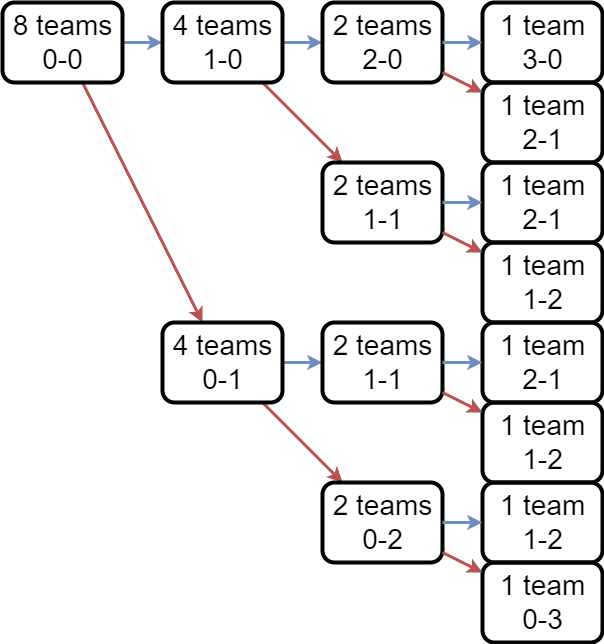
Above: thesis-tex/images/Multibrackets/Swiss Signatures/s3_flow.png in leofried/thesis (draw.io), before the change. Source tidied: cells renumbered, new cells last; positions are measured from the earlier drawing's top-left corner, leaving out a move shared by most shapes. Source of this version:
```xml
<mxGraphModel>
  <root>
    <mxCell id="0" />
    <mxCell id="1" parent="0" />
    <mxCell id="2" style="rounded=0;jettySize=auto;html=1;fillColor=#f8cecc;strokeColor=#b85450;strokeWidth=3;" parent="1" edge="1" source="16" target="11">
      <mxGeometry relative="1" as="geometry" />
    </mxCell>
    <mxCell id="3" style="rounded=0;jettySize=auto;html=1;strokeWidth=3;fillColor=#dae8fc;strokeColor=#6c8ebf;" parent="1" edge="1" source="16" target="9">
      <mxGeometry relative="1" as="geometry" />
    </mxCell>
    <mxCell id="4" style="rounded=0;jettySize=auto;html=1;" parent="1" edge="1" source="9">
      <mxGeometry relative="1" as="geometry">
        <mxPoint x="256.7" y="80" as="targetPoint" />
      </mxGeometry>
    </mxCell>
    <mxCell id="5" style="rounded=0;jettySize=auto;html=1;fillColor=#f8cecc;strokeColor=#b85450;strokeWidth=3;" parent="1" edge="1" source="11" target="14">
      <mxGeometry relative="1" as="geometry" />
    </mxCell>
    <mxCell id="6" style="rounded=0;jettySize=auto;html=1;strokeWidth=3;fillColor=#dae8fc;strokeColor=#6c8ebf;" parent="1" edge="1" source="11" target="13">
      <mxGeometry relative="1" as="geometry" />
    </mxCell>
    <mxCell id="7" style="rounded=0;jettySize=auto;html=1;fillColor=#f8cecc;strokeColor=#b85450;strokeWidth=3;" parent="1" edge="1" source="9" target="10">
      <mxGeometry relative="1" as="geometry" />
    </mxCell>
    <mxCell id="8" style="rounded=0;jettySize=auto;html=1;strokeWidth=3;fillColor=#dae8fc;strokeColor=#6c8ebf;" parent="1" edge="1" source="9" target="12">
      <mxGeometry relative="1" as="geometry" />
    </mxCell>
    <mxCell id="9" value="&lt;font style=&quot;font-size: 28px;&quot;&gt;4 teams&lt;/font&gt;&lt;div style=&quot;font-size: 28px;&quot;&gt;&lt;font style=&quot;font-size: 28px;&quot;&gt;1-0&lt;/font&gt;&lt;/div&gt;" style="text;html=1;align=center;verticalAlign=middle;points=[];strokeColor=default;fillColor=none;strokeWidth=4;rounded=1;imageWidth=54;imageHeight=54;fontSize=28;" parent="1" vertex="1">
      <mxGeometry x="160" width="120" height="80" as="geometry" />
    </mxCell>
    <mxCell id="10" value="&lt;font style=&quot;font-size: 28px;&quot;&gt;2 teams&lt;/font&gt;&lt;div style=&quot;font-size: 28px;&quot;&gt;&lt;font style=&quot;font-size: 28px;&quot;&gt;1-1&lt;/font&gt;&lt;/div&gt;" style="text;html=1;align=center;verticalAlign=middle;points=[];strokeColor=default;fillColor=none;strokeWidth=4;rounded=1;imageWidth=54;imageHeight=54;fontSize=28;" parent="1" vertex="1">
      <mxGeometry x="320" y="160" width="120" height="80" as="geometry" />
    </mxCell>
    <mxCell id="11" value="&lt;font style=&quot;font-size: 28px;&quot;&gt;4 teams&lt;/font&gt;&lt;div style=&quot;font-size: 28px;&quot;&gt;&lt;font style=&quot;font-size: 28px;&quot;&gt;0-1&lt;/font&gt;&lt;/div&gt;" style="text;html=1;align=center;verticalAlign=middle;points=[];strokeColor=default;fillColor=none;strokeWidth=4;rounded=1;imageWidth=54;imageHeight=54;fontSize=28;" parent="1" vertex="1">
      <mxGeometry x="160" y="320" width="120" height="80" as="geometry" />
    </mxCell>
    <mxCell id="12" value="&lt;font style=&quot;font-size: 28px;&quot;&gt;2 teams&lt;/font&gt;&lt;div style=&quot;font-size: 28px;&quot;&gt;&lt;font style=&quot;font-size: 28px;&quot;&gt;2-0&lt;/font&gt;&lt;/div&gt;" style="text;html=1;align=center;verticalAlign=middle;points=[];strokeColor=default;fillColor=none;strokeWidth=4;rounded=1;imageWidth=54;imageHeight=54;fontSize=28;" parent="1" vertex="1">
      <mxGeometry x="320" width="120" height="80" as="geometry" />
    </mxCell>
    <mxCell id="13" value="&lt;font style=&quot;font-size: 28px;&quot;&gt;2 teams&lt;/font&gt;&lt;div style=&quot;font-size: 28px;&quot;&gt;&lt;font style=&quot;font-size: 28px;&quot;&gt;1-1&lt;/font&gt;&lt;/div&gt;" style="text;html=1;align=center;verticalAlign=middle;points=[];strokeColor=default;fillColor=none;strokeWidth=4;rounded=1;imageWidth=54;imageHeight=54;fontSize=28;" parent="1" vertex="1">
      <mxGeometry x="320" y="320" width="120" height="80" as="geometry" />
    </mxCell>
    <mxCell id="14" value="&lt;font style=&quot;font-size: 28px;&quot;&gt;2 teams&lt;/font&gt;&lt;div style=&quot;font-size: 28px;&quot;&gt;&lt;font style=&quot;font-size: 28px;&quot;&gt;0-2&lt;/font&gt;&lt;/div&gt;" style="text;html=1;align=center;verticalAlign=middle;points=[];strokeColor=default;fillColor=none;strokeWidth=4;rounded=1;imageWidth=54;imageHeight=54;fontSize=28;" parent="1" vertex="1">
      <mxGeometry x="320" y="480" width="120" height="80" as="geometry" />
    </mxCell>
    <mxCell id="15" value="&lt;font style=&quot;font-size: 28px;&quot;&gt;1 team&lt;/font&gt;&lt;div style=&quot;font-size: 28px;&quot;&gt;&lt;font style=&quot;font-size: 28px;&quot;&gt;3-0&lt;/font&gt;&lt;/div&gt;" style="text;html=1;align=center;verticalAlign=middle;points=[];strokeColor=default;fillColor=none;strokeWidth=4;rounded=1;imageWidth=54;imageHeight=54;fontSize=28;" parent="1" vertex="1">
      <mxGeometry x="480" width="120" height="80" as="geometry" />
    </mxCell>
    <mxCell id="16" value="&lt;font style=&quot;font-size: 28px;&quot;&gt;8 teams&lt;/font&gt;&lt;div style=&quot;font-size: 28px;&quot;&gt;&lt;font style=&quot;font-size: 28px;&quot;&gt;0-0&lt;/font&gt;&lt;/div&gt;" style="text;html=1;align=center;verticalAlign=middle;points=[];strokeColor=default;fillColor=none;strokeWidth=4;rounded=1;imageWidth=54;imageHeight=54;" parent="1" vertex="1">
      <mxGeometry width="120" height="80" as="geometry" />
    </mxCell>
    <mxCell id="17" value="&lt;font style=&quot;font-size: 28px;&quot;&gt;1 team&lt;/font&gt;&lt;div style=&quot;font-size: 28px;&quot;&gt;&lt;font style=&quot;font-size: 28px;&quot;&gt;2-1&lt;/font&gt;&lt;/div&gt;" style="text;html=1;align=center;verticalAlign=middle;points=[];strokeColor=default;fillColor=none;strokeWidth=4;rounded=1;imageWidth=54;imageHeight=54;fontSize=28;" parent="1" vertex="1">
      <mxGeometry x="480" y="80" width="120" height="80" as="geometry" />
    </mxCell>
    <mxCell id="18" value="&lt;font style=&quot;font-size: 28px;&quot;&gt;1 team&lt;/font&gt;&lt;div style=&quot;font-size: 28px;&quot;&gt;&lt;font style=&quot;font-size: 28px;&quot;&gt;2-1&lt;/font&gt;&lt;/div&gt;" style="text;html=1;align=center;verticalAlign=middle;points=[];strokeColor=default;fillColor=none;strokeWidth=4;rounded=1;imageWidth=54;imageHeight=54;fontSize=28;" parent="1" vertex="1">
      <mxGeometry x="480" y="160" width="120" height="80" as="geometry" />
    </mxCell>
    <mxCell id="19" value="&lt;font style=&quot;font-size: 28px;&quot;&gt;1 team&lt;/font&gt;&lt;div style=&quot;font-size: 28px;&quot;&gt;&lt;font style=&quot;font-size: 28px;&quot;&gt;2-1&lt;/font&gt;&lt;/div&gt;" style="text;html=1;align=center;verticalAlign=middle;points=[];strokeColor=default;fillColor=none;strokeWidth=4;rounded=1;imageWidth=54;imageHeight=54;fontSize=28;" parent="1" vertex="1">
      <mxGeometry x="480" y="320" width="120" height="80" as="geometry" />
    </mxCell>
    <mxCell id="20" value="&lt;font style=&quot;font-size: 28px;&quot;&gt;1 team&lt;/font&gt;&lt;div style=&quot;font-size: 28px;&quot;&gt;&lt;font style=&quot;font-size: 28px;&quot;&gt;1-2&lt;/font&gt;&lt;/div&gt;" style="text;html=1;align=center;verticalAlign=middle;points=[];strokeColor=default;fillColor=none;strokeWidth=4;rounded=1;imageWidth=54;imageHeight=54;fontSize=28;" parent="1" vertex="1">
      <mxGeometry x="480" y="240" width="120" height="80" as="geometry" />
    </mxCell>
    <mxCell id="21" value="&lt;font style=&quot;font-size: 28px;&quot;&gt;1 team&lt;/font&gt;&lt;div style=&quot;font-size: 28px;&quot;&gt;&lt;font style=&quot;font-size: 28px;&quot;&gt;1-2&lt;/font&gt;&lt;/div&gt;" style="text;html=1;align=center;verticalAlign=middle;points=[];strokeColor=default;fillColor=none;strokeWidth=4;rounded=1;imageWidth=54;imageHeight=54;fontSize=28;" parent="1" vertex="1">
      <mxGeometry x="480" y="400" width="120" height="80" as="geometry" />
    </mxCell>
    <mxCell id="22" value="&lt;font style=&quot;font-size: 28px;&quot;&gt;1 team&lt;/font&gt;&lt;div style=&quot;font-size: 28px;&quot;&gt;&lt;font style=&quot;font-size: 28px;&quot;&gt;1-2&lt;/font&gt;&lt;/div&gt;" style="text;html=1;align=center;verticalAlign=middle;points=[];strokeColor=default;fillColor=none;strokeWidth=4;rounded=1;imageWidth=54;imageHeight=54;fontSize=28;" parent="1" vertex="1">
      <mxGeometry x="480" y="480" width="120" height="80" as="geometry" />
    </mxCell>
    <mxCell id="23" value="&lt;font style=&quot;font-size: 28px;&quot;&gt;1 team&lt;/font&gt;&lt;div style=&quot;font-size: 28px;&quot;&gt;&lt;font style=&quot;font-size: 28px;&quot;&gt;0-3&lt;/font&gt;&lt;/div&gt;" style="text;html=1;align=center;verticalAlign=middle;points=[];strokeColor=default;fillColor=none;strokeWidth=4;rounded=1;imageWidth=54;imageHeight=54;fontSize=28;" parent="1" vertex="1">
      <mxGeometry x="480" y="560" width="120" height="80" as="geometry" />
    </mxCell>
    <mxCell id="24" style="rounded=0;jettySize=auto;html=1;strokeWidth=3;fillColor=#dae8fc;strokeColor=#6c8ebf;" parent="1" edge="1" source="12" target="15">
      <mxGeometry relative="1" as="geometry" />
    </mxCell>
    <mxCell id="25" style="rounded=0;jettySize=auto;html=1;fillColor=#f8cecc;strokeColor=#b85450;strokeWidth=3;" parent="1" edge="1" source="12" target="17">
      <mxGeometry relative="1" as="geometry" />
    </mxCell>
    <mxCell id="26" style="rounded=0;jettySize=auto;html=1;strokeWidth=3;fillColor=#dae8fc;strokeColor=#6c8ebf;" parent="1" edge="1" source="10" target="18">
      <mxGeometry relative="1" as="geometry" />
    </mxCell>
    <mxCell id="27" style="rounded=0;jettySize=auto;html=1;strokeWidth=3;fillColor=#f8cecc;strokeColor=#b85450;" parent="1" edge="1" source="10" target="20">
      <mxGeometry relative="1" as="geometry" />
    </mxCell>
    <mxCell id="28" style="rounded=0;jettySize=auto;html=1;strokeWidth=3;fillColor=#dae8fc;strokeColor=#6c8ebf;" parent="1" edge="1" source="13" target="19">
      <mxGeometry relative="1" as="geometry" />
    </mxCell>
    <mxCell id="29" style="rounded=0;jettySize=auto;html=1;fillColor=#f8cecc;strokeColor=#b85450;strokeWidth=3;" parent="1" edge="1" source="13" target="21">
      <mxGeometry relative="1" as="geometry" />
    </mxCell>
    <mxCell id="30" style="rounded=0;jettySize=auto;html=1;strokeWidth=3;fillColor=#dae8fc;strokeColor=#6c8ebf;" parent="1" edge="1" source="14" target="22">
      <mxGeometry relative="1" as="geometry" />
    </mxCell>
    <mxCell id="31" style="rounded=0;jettySize=auto;html=1;fillColor=#f8cecc;strokeColor=#b85450;strokeWidth=3;" parent="1" edge="1" source="14" target="23">
      <mxGeometry relative="1" as="geometry" />
    </mxCell>
  </root>
</mxGraphModel>
```
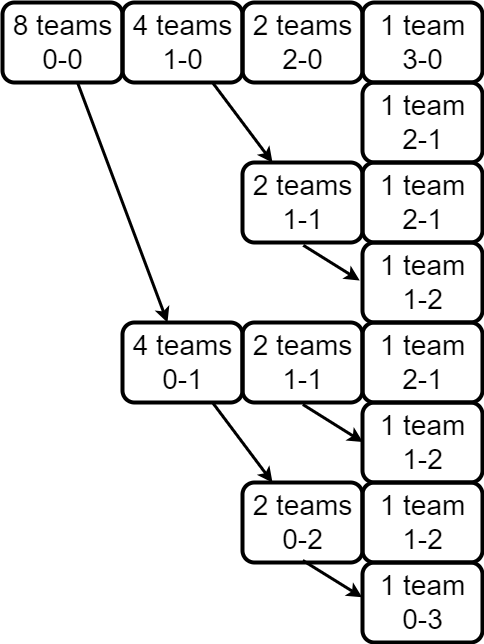
The same file after the commit.

Change to the diagram source:
```diff
@@ -2,52 +2,43 @@
   <root>
     <mxCell id="0" />
     <mxCell id="1" parent="0" />
-    <mxCell id="2" style="rounded=0;jettySize=auto;html=1;fillColor=#f8cecc;strokeColor=#b85450;strokeWidth=3;" parent="1" edge="1" source="16" target="11">
+    <mxCell id="2" style="rounded=0;jettySize=auto;html=1;fillColor=#f8cecc;strokeColor=#000000;strokeWidth=3;" parent="1" edge="1" source="16" target="11">
       <mxGeometry relative="1" as="geometry" />
     </mxCell>
-    <mxCell id="3" style="rounded=0;jettySize=auto;html=1;strokeWidth=3;fillColor=#dae8fc;strokeColor=#6c8ebf;" parent="1" edge="1" source="16" target="9">
-      <mxGeometry relative="1" as="geometry" />
-    </mxCell>
     <mxCell id="4" style="rounded=0;jettySize=auto;html=1;" parent="1" edge="1" source="9">
       <mxGeometry relative="1" as="geometry">
         <mxPoint x="256.7" y="80" as="targetPoint" />
       </mxGeometry>
     </mxCell>
-    <mxCell id="5" style="rounded=0;jettySize=auto;html=1;fillColor=#f8cecc;strokeColor=#b85450;strokeWidth=3;" parent="1" edge="1" source="11" target="14">
+    <mxCell id="5" style="rounded=0;jettySize=auto;html=1;fillColor=#f8cecc;strokeColor=#000000;strokeWidth=3;" parent="1" edge="1" source="11" target="14">
       <mxGeometry relative="1" as="geometry" />
     </mxCell>
-    <mxCell id="6" style="rounded=0;jettySize=auto;html=1;strokeWidth=3;fillColor=#dae8fc;strokeColor=#6c8ebf;" parent="1" edge="1" source="11" target="13">
-      <mxGeometry relative="1" as="geometry" />
-    </mxCell>
-    <mxCell id="7" style="rounded=0;jettySize=auto;html=1;fillColor=#f8cecc;strokeColor=#b85450;strokeWidth=3;" parent="1" edge="1" source="9" target="10">
+    <mxCell id="7" style="rounded=0;jettySize=auto;html=1;fillColor=#f8cecc;strokeColor=#000000;strokeWidth=3;" parent="1" edge="1" source="9" target="10">
       <mxGeometry relative="1" as="geometry" />
     </mxCell>
-    <mxCell id="8" style="rounded=0;jettySize=auto;html=1;strokeWidth=3;fillColor=#dae8fc;strokeColor=#6c8ebf;" parent="1" edge="1" source="9" target="12">
-      <mxGeometry relative="1" as="geometry" />
-    </mxCell>
     <mxCell id="9" value="&lt;font style=&quot;font-size: 28px;&quot;&gt;4 teams&lt;/font&gt;&lt;div style=&quot;font-size: 28px;&quot;&gt;&lt;font style=&quot;font-size: 28px;&quot;&gt;1-0&lt;/font&gt;&lt;/div&gt;" style="text;html=1;align=center;verticalAlign=middle;points=[];strokeColor=default;fillColor=none;strokeWidth=4;rounded=1;imageWidth=54;imageHeight=54;fontSize=28;" parent="1" vertex="1">
-      <mxGeometry x="160" width="120" height="80" as="geometry" />
+      <mxGeometry x="240" width="120" height="80" as="geometry" />
     </mxCell>
     <mxCell id="10" value="&lt;font style=&quot;font-size: 28px;&quot;&gt;2 teams&lt;/font&gt;&lt;div style=&quot;font-size: 28px;&quot;&gt;&lt;font style=&quot;font-size: 28px;&quot;&gt;1-1&lt;/font&gt;&lt;/div&gt;" style="text;html=1;align=center;verticalAlign=middle;points=[];strokeColor=default;fillColor=none;strokeWidth=4;rounded=1;imageWidth=54;imageHeight=54;fontSize=28;" parent="1" vertex="1">
-      <mxGeometry x="320" y="160" width="120" height="80" as="geometry" />
+      <mxGeometry x="360" y="160" width="120" height="80" as="geometry" />
     </mxCell>
     <mxCell id="11" value="&lt;font style=&quot;font-size: 28px;&quot;&gt;4 teams&lt;/font&gt;&lt;div style=&quot;font-size: 28px;&quot;&gt;&lt;font style=&quot;font-size: 28px;&quot;&gt;0-1&lt;/font&gt;&lt;/div&gt;" style="text;html=1;align=center;verticalAlign=middle;points=[];strokeColor=default;fillColor=none;strokeWidth=4;rounded=1;imageWidth=54;imageHeight=54;fontSize=28;" parent="1" vertex="1">
-      <mxGeometry x="160" y="320" width="120" height="80" as="geometry" />
+      <mxGeometry x="240" y="320" width="120" height="80" as="geometry" />
     </mxCell>
     <mxCell id="12" value="&lt;font style=&quot;font-size: 28px;&quot;&gt;2 teams&lt;/font&gt;&lt;div style=&quot;font-size: 28px;&quot;&gt;&lt;font style=&quot;font-size: 28px;&quot;&gt;2-0&lt;/font&gt;&lt;/div&gt;" style="text;html=1;align=center;verticalAlign=middle;points=[];strokeColor=default;fillColor=none;strokeWidth=4;rounded=1;imageWidth=54;imageHeight=54;fontSize=28;" parent="1" vertex="1">
-      <mxGeometry x="320" width="120" height="80" as="geometry" />
+      <mxGeometry x="360" width="120" height="80" as="geometry" />
     </mxCell>
     <mxCell id="13" value="&lt;font style=&quot;font-size: 28px;&quot;&gt;2 teams&lt;/font&gt;&lt;div style=&quot;font-size: 28px;&quot;&gt;&lt;font style=&quot;font-size: 28px;&quot;&gt;1-1&lt;/font&gt;&lt;/div&gt;" style="text;html=1;align=center;verticalAlign=middle;points=[];strokeColor=default;fillColor=none;strokeWidth=4;rounded=1;imageWidth=54;imageHeight=54;fontSize=28;" parent="1" vertex="1">
-      <mxGeometry x="320" y="320" width="120" height="80" as="geometry" />
+      <mxGeometry x="360" y="320" width="120" height="80" as="geometry" />
     </mxCell>
     <mxCell id="14" value="&lt;font style=&quot;font-size: 28px;&quot;&gt;2 teams&lt;/font&gt;&lt;div style=&quot;font-size: 28px;&quot;&gt;&lt;font style=&quot;font-size: 28px;&quot;&gt;0-2&lt;/font&gt;&lt;/div&gt;" style="text;html=1;align=center;verticalAlign=middle;points=[];strokeColor=default;fillColor=none;strokeWidth=4;rounded=1;imageWidth=54;imageHeight=54;fontSize=28;" parent="1" vertex="1">
-      <mxGeometry x="320" y="480" width="120" height="80" as="geometry" />
+      <mxGeometry x="360" y="480" width="120" height="80" as="geometry" />
     </mxCell>
     <mxCell id="15" value="&lt;font style=&quot;font-size: 28px;&quot;&gt;1 team&lt;/font&gt;&lt;div style=&quot;font-size: 28px;&quot;&gt;&lt;font style=&quot;font-size: 28px;&quot;&gt;3-0&lt;/font&gt;&lt;/div&gt;" style="text;html=1;align=center;verticalAlign=middle;points=[];strokeColor=default;fillColor=none;strokeWidth=4;rounded=1;imageWidth=54;imageHeight=54;fontSize=28;" parent="1" vertex="1">
       <mxGeometry x="480" width="120" height="80" as="geometry" />
     </mxCell>
     <mxCell id="16" value="&lt;font style=&quot;font-size: 28px;&quot;&gt;8 teams&lt;/font&gt;&lt;div style=&quot;font-size: 28px;&quot;&gt;&lt;font style=&quot;font-size: 28px;&quot;&gt;0-0&lt;/font&gt;&lt;/div&gt;" style="text;html=1;align=center;verticalAlign=middle;points=[];strokeColor=default;fillColor=none;strokeWidth=4;rounded=1;imageWidth=54;imageHeight=54;" parent="1" vertex="1">
-      <mxGeometry width="120" height="80" as="geometry" />
+      <mxGeometry x="120" width="120" height="80" as="geometry" />
     </mxCell>
     <mxCell id="17" value="&lt;font style=&quot;font-size: 28px;&quot;&gt;1 team&lt;/font&gt;&lt;div style=&quot;font-size: 28px;&quot;&gt;&lt;font style=&quot;font-size: 28px;&quot;&gt;2-1&lt;/font&gt;&lt;/div&gt;" style="text;html=1;align=center;verticalAlign=middle;points=[];strokeColor=default;fillColor=none;strokeWidth=4;rounded=1;imageWidth=54;imageHeight=54;fontSize=28;" parent="1" vertex="1">
       <mxGeometry x="480" y="80" width="120" height="80" as="geometry" />
@@ -70,28 +61,16 @@
     <mxCell id="23" value="&lt;font style=&quot;font-size: 28px;&quot;&gt;1 team&lt;/font&gt;&lt;div style=&quot;font-size: 28px;&quot;&gt;&lt;font style=&quot;font-size: 28px;&quot;&gt;0-3&lt;/font&gt;&lt;/div&gt;" style="text;html=1;align=center;verticalAlign=middle;points=[];strokeColor=default;fillColor=none;strokeWidth=4;rounded=1;imageWidth=54;imageHeight=54;fontSize=28;" parent="1" vertex="1">
       <mxGeometry x="480" y="560" width="120" height="80" as="geometry" />
     </mxCell>
-    <mxCell id="24" style="rounded=0;jettySize=auto;html=1;strokeWidth=3;fillColor=#dae8fc;strokeColor=#6c8ebf;" parent="1" edge="1" source="12" target="15">
-      <mxGeometry relative="1" as="geometry" />
-    </mxCell>
     <mxCell id="25" style="rounded=0;jettySize=auto;html=1;fillColor=#f8cecc;strokeColor=#b85450;strokeWidth=3;" parent="1" edge="1" source="12" target="17">
       <mxGeometry relative="1" as="geometry" />
     </mxCell>
-    <mxCell id="26" style="rounded=0;jettySize=auto;html=1;strokeWidth=3;fillColor=#dae8fc;strokeColor=#6c8ebf;" parent="1" edge="1" source="10" target="18">
-      <mxGeometry relative="1" as="geometry" />
-    </mxCell>
-    <mxCell id="27" style="rounded=0;jettySize=auto;html=1;strokeWidth=3;fillColor=#f8cecc;strokeColor=#b85450;" parent="1" edge="1" source="10" target="20">
+    <mxCell id="27" style="rounded=0;jettySize=auto;html=1;strokeWidth=3;fillColor=#f8cecc;strokeColor=#000000;entryX=-0.023;entryY=0.475;entryDx=0;entryDy=0;entryPerimeter=0;exitX=0.507;exitY=1.035;exitDx=0;exitDy=0;exitPerimeter=0;" parent="1" edge="1" source="10" target="20">
       <mxGeometry relative="1" as="geometry" />
     </mxCell>
-    <mxCell id="28" style="rounded=0;jettySize=auto;html=1;strokeWidth=3;fillColor=#dae8fc;strokeColor=#6c8ebf;" parent="1" edge="1" source="13" target="19">
-      <mxGeometry relative="1" as="geometry" />
-    </mxCell>
-    <mxCell id="29" style="rounded=0;jettySize=auto;html=1;fillColor=#f8cecc;strokeColor=#b85450;strokeWidth=3;" parent="1" edge="1" source="13" target="21">
+    <mxCell id="29" style="rounded=0;jettySize=auto;html=1;fillColor=#f8cecc;strokeColor=#000000;strokeWidth=3;entryX=0.003;entryY=0.495;entryDx=0;entryDy=0;entryPerimeter=0;exitX=0.503;exitY=1.025;exitDx=0;exitDy=0;exitPerimeter=0;" parent="1" edge="1" source="13" target="21">
       <mxGeometry relative="1" as="geometry" />
     </mxCell>
-    <mxCell id="30" style="rounded=0;jettySize=auto;html=1;strokeWidth=3;fillColor=#dae8fc;strokeColor=#6c8ebf;" parent="1" edge="1" source="14" target="22">
-      <mxGeometry relative="1" as="geometry" />
-    </mxCell>
-    <mxCell id="31" style="rounded=0;jettySize=auto;html=1;fillColor=#f8cecc;strokeColor=#b85450;strokeWidth=3;" parent="1" edge="1" source="14" target="23">
+    <mxCell id="31" style="rounded=0;jettySize=auto;html=1;fillColor=#f8cecc;strokeColor=#000000;strokeWidth=3;entryX=-0.003;entryY=0.435;entryDx=0;entryDy=0;entryPerimeter=0;exitX=0.503;exitY=0.975;exitDx=0;exitDy=0;exitPerimeter=0;" parent="1" edge="1" source="14" target="23">
       <mxGeometry relative="1" as="geometry" />
     </mxCell>
   </root>
```
